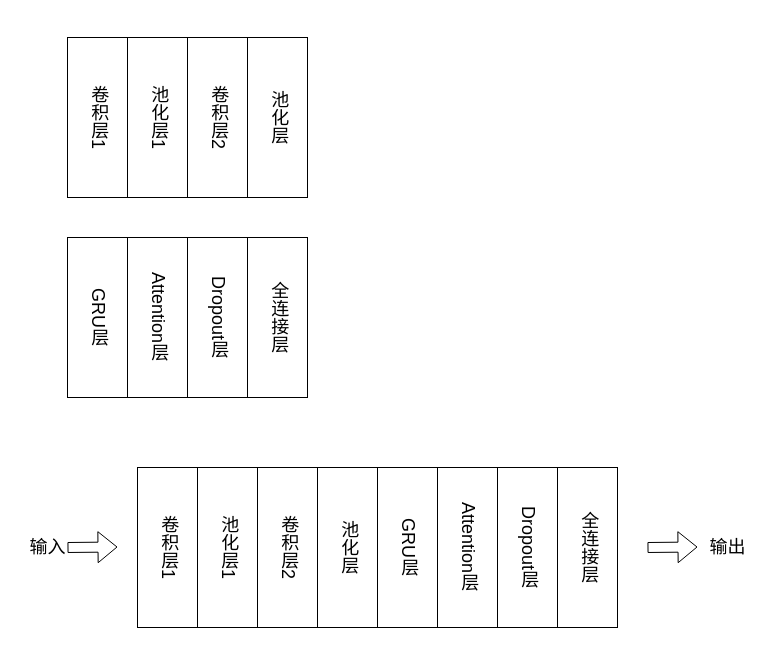
Earlier version of the draw.io diagram CNN-GRU-Att.drawio (Abccccd/-2). Source tidied: cells renumbered, new cells numbered last; positions are measured from the earlier drawing's top-left corner, leaving out a move shared by most shapes. Both pictures are drawn from the tidied source at 100%, with x=0, y=0 at pixel (17, 37).
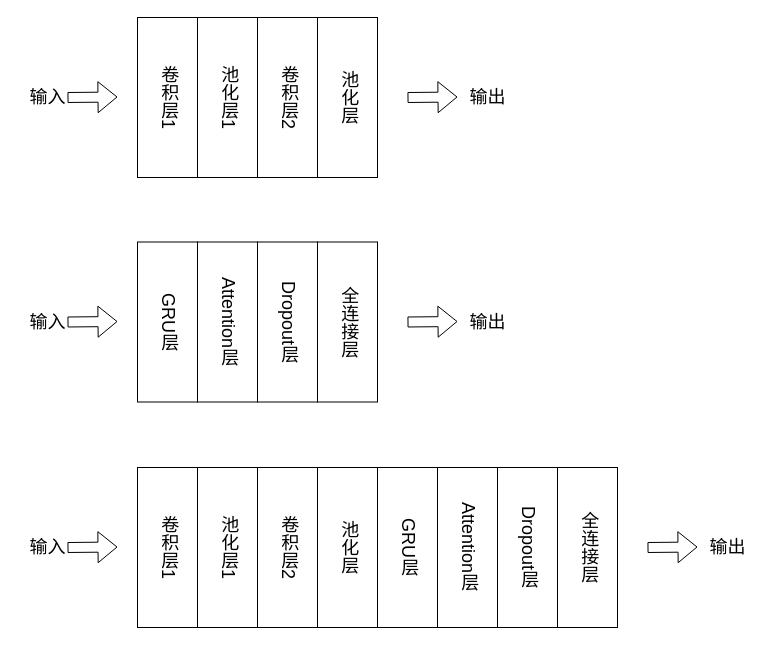
The same diagram, later.

Change to the diagram source:
```diff
@@
     <mxCell id="2" value="&lt;font style=&quot;font-size: 18px;&quot; face=&quot;SimSun&quot;&gt;卷积层1&lt;/font&gt;" style="rounded=0;whiteSpace=wrap;html=1;textDirection=vertical-lr;" parent="1" vertex="1">
-      <mxGeometry x="50" width="60" height="160" as="geometry" />
+      <mxGeometry x="120" y="-20" width="60" height="160" as="geometry" />
     </mxCell>
     <mxCell id="3" value="&lt;font face=&quot;SimSun&quot;&gt;&lt;span style=&quot;font-size: 18px;&quot;&gt;池化层1&lt;/span&gt;&lt;/font&gt;" style="rounded=0;whiteSpace=wrap;html=1;textDirection=vertical-lr;" parent="1" vertex="1">
-      <mxGeometry x="110" width="60" height="160" as="geometry" />
+      <mxGeometry x="180" y="-20" width="60" height="160" as="geometry" />
     </mxCell>
     <mxCell id="4" value="&lt;font style=&quot;font-size: 18px;&quot; face=&quot;SimSun&quot;&gt;卷积层2&lt;/font&gt;" style="rounded=0;whiteSpace=wrap;html=1;textDirection=vertical-lr;" parent="1" vertex="1">
-      <mxGeometry x="170" width="60" height="160" as="geometry" />
+      <mxGeometry x="240" y="-20" width="60" height="160" as="geometry" />
     </mxCell>
     <mxCell id="5" value="&lt;font face=&quot;SimSun&quot;&gt;&lt;span style=&quot;font-size: 18px;&quot;&gt;池化层&lt;/span&gt;&lt;/font&gt;" style="rounded=0;whiteSpace=wrap;html=1;textDirection=vertical-lr;" parent="1" vertex="1">
-      <mxGeometry x="230" width="60" height="160" as="geometry" />
+      <mxGeometry x="300" y="-20" width="60" height="160" as="geometry" />
     </mxCell>
@@
     <mxCell id="18" value="&lt;font style=&quot;font-size: 18px;&quot; face=&quot;SimSun&quot;&gt;GRU层&lt;/font&gt;" style="rounded=0;whiteSpace=wrap;html=1;textDirection=vertical-lr;" parent="1" vertex="1">
-      <mxGeometry x="50" y="200" width="60" height="160" as="geometry" />
+      <mxGeometry x="120" y="204.5" width="60" height="160" as="geometry" />
     </mxCell>
     <mxCell id="19" value="&lt;font face=&quot;SimSun&quot;&gt;&lt;span style=&quot;font-size: 18px;&quot;&gt;Attention层&lt;/span&gt;&lt;/font&gt;" style="rounded=0;whiteSpace=wrap;html=1;textDirection=vertical-lr;" parent="1" vertex="1">
-      <mxGeometry x="110" y="200" width="60" height="160" as="geometry" />
+      <mxGeometry x="180" y="204.5" width="60" height="160" as="geometry" />
     </mxCell>
     <mxCell id="20" value="&lt;font face=&quot;SimSun&quot;&gt;&lt;span style=&quot;font-size: 18px;&quot;&gt;Dropout层&lt;/span&gt;&lt;/font&gt;" style="rounded=0;whiteSpace=wrap;html=1;textDirection=vertical-lr;" parent="1" vertex="1">
-      <mxGeometry x="170" y="200" width="60" height="160" as="geometry" />
+      <mxGeometry x="240" y="204.5" width="60" height="160" as="geometry" />
     </mxCell>
     <mxCell id="21" value="&lt;font face=&quot;SimSun&quot;&gt;&lt;span style=&quot;font-size: 18px;&quot;&gt;全连接层&lt;/span&gt;&lt;/font&gt;" style="rounded=0;whiteSpace=wrap;html=1;textDirection=vertical-lr;" parent="1" vertex="1">
-      <mxGeometry x="230" y="200" width="60" height="160" as="geometry" />
+      <mxGeometry x="300" y="204.5" width="60" height="160" as="geometry" />
     </mxCell>
+    <mxCell id="22" style="shape=flexArrow;endArrow=classic;html=1;rounded=0;" parent="1" edge="1">
+      <mxGeometry relative="1" as="geometry">
+        <mxPoint x="50" y="60" as="sourcePoint" />
+        <mxPoint x="100" y="59.5" as="targetPoint" />
+      </mxGeometry>
+    </mxCell>
+    <mxCell id="23" value="&lt;font face=&quot;SimSun&quot; style=&quot;font-size: 18px;&quot;&gt;输入&lt;/font&gt;" style="text;html=1;align=center;verticalAlign=middle;strokeColor=none;fillColor=none;" parent="1" vertex="1">
+      <mxGeometry y="40" width="60" height="40" as="geometry" />
+    </mxCell>
+    <mxCell id="24" style="shape=flexArrow;endArrow=classic;html=1;rounded=0;" parent="1" edge="1">
+      <mxGeometry relative="1" as="geometry">
+        <mxPoint x="390" y="284.5" as="sourcePoint" />
+        <mxPoint x="440" y="284" as="targetPoint" />
+      </mxGeometry>
+    </mxCell>
+    <mxCell id="25" value="&lt;font face=&quot;SimSun&quot; style=&quot;font-size: 18px;&quot;&gt;输出&lt;/font&gt;" style="text;html=1;align=center;verticalAlign=middle;strokeColor=none;fillColor=none;" parent="1" vertex="1">
+      <mxGeometry x="440" y="264.5" width="60" height="40" as="geometry" />
+    </mxCell>
+    <mxCell id="26" style="shape=flexArrow;endArrow=classic;html=1;rounded=0;" parent="1" edge="1">
+      <mxGeometry relative="1" as="geometry">
+        <mxPoint x="390" y="60" as="sourcePoint" />
+        <mxPoint x="440" y="59.5" as="targetPoint" />
+      </mxGeometry>
+    </mxCell>
+    <mxCell id="27" value="&lt;font face=&quot;SimSun&quot; style=&quot;font-size: 18px;&quot;&gt;输出&lt;/font&gt;" style="text;html=1;align=center;verticalAlign=middle;strokeColor=none;fillColor=none;" parent="1" vertex="1">
+      <mxGeometry x="440" y="40" width="60" height="40" as="geometry" />
+    </mxCell>
+    <mxCell id="28" style="shape=flexArrow;endArrow=classic;html=1;rounded=0;" parent="1" edge="1">
+      <mxGeometry relative="1" as="geometry">
+        <mxPoint x="50" y="284.5" as="sourcePoint" />
+        <mxPoint x="100" y="284" as="targetPoint" />
+      </mxGeometry>
+    </mxCell>
+    <mxCell id="29" value="&lt;font face=&quot;SimSun&quot; style=&quot;font-size: 18px;&quot;&gt;输入&lt;/font&gt;" style="text;html=1;align=center;verticalAlign=middle;strokeColor=none;fillColor=none;" parent="1" vertex="1">
+      <mxGeometry y="264.5" width="60" height="40" as="geometry" />
+    </mxCell>
```
